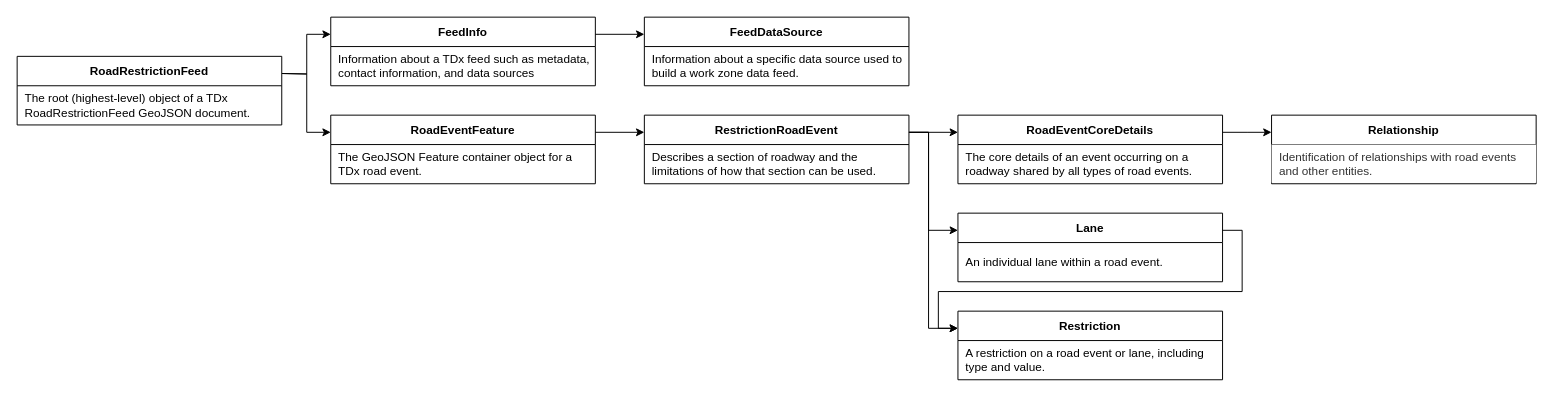
Before: images/TDx_RoadRestrictionFeed_object_diagram.drawio in usdot-jpo-ode/TDx, a draw.io diagram. Source tidied: cells renumbered, new cells numbered last; positions are measured from the earlier drawing's top-left corner, leaving out a move shared by most shapes. Both pictures are drawn from the tidied source at 98%, with x=0, y=0 at pixel (17, 17).
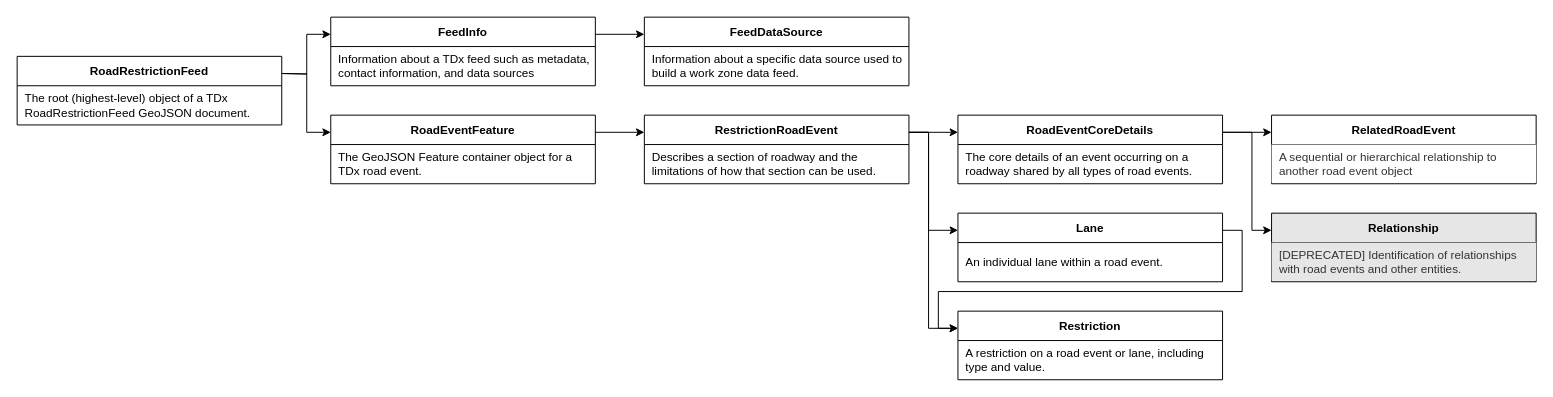
The same diagram, later.

Commit message (it also covers changes not shown here):
Update feed diagrams

Unchanged cells that the change refers to:
```xml
<mxCell id="16" value="RoadEventCoreDetails" style="shape=table;startSize=30;childLayout=tableLayout;rowLines=0;fontStyle=1;align=center;" parent="1" vertex="1">
  <mxGeometry x="960" y="100" width="270" height="70" as="geometry" />
</mxCell>
<mxCell id="26" style="shape=partialRectangle;fillColor=none;top=0;left=0;right=0;bottom=0;" parent="25" vertex="1">
  <mxGeometry y="30" width="270" height="39" as="geometry" />
</mxCell>
```

What changed in the source:
```diff
@@
-    <mxCell id="25" value="Relationship" style="shape=table;startSize=30;childLayout=tableLayout;rowLines=0;fontStyle=1;align=center;fillColor=#FFFFFF;" parent="1" vertex="1">
+    <mxCell id="25" value="RelatedRoadEvent" style="shape=table;startSize=30;childLayout=tableLayout;rowLines=0;fontStyle=1;align=center;fillColor=#FFFFFF;" parent="1" vertex="1">
       <mxGeometry x="1280" y="100" width="270" height="70" as="geometry" />
     </mxCell>
@@
-    <mxCell id="27" value="Identification of relationships with road events and other entities." style="shape=partialRectangle;overflow=hidden;top=0;left=0;bottom=0;right=0;align=left;spacingLeft=6;fontStyle=0;strokeColor=#666666;fillColor=#FFFFFF;whiteSpace=wrap;fontColor=#333333;" parent="26" vertex="1">
+    <mxCell id="27" value="A sequential or hierarchical relationship to another road event object" style="shape=partialRectangle;overflow=hidden;top=0;left=0;bottom=0;right=0;align=left;spacingLeft=6;fontStyle=0;strokeColor=#666666;fillColor=#FFFFFF;whiteSpace=wrap;fontColor=#333333;" parent="26" vertex="1">
       <mxGeometry width="270" height="39" as="geometry" />
     </mxCell>
@@
+    <mxCell id="39" value="Relationship" style="shape=table;startSize=30;childLayout=tableLayout;rowLines=0;fontStyle=1;align=center;fillColor=#E6E6E6;" parent="1" vertex="1">
+      <mxGeometry x="1280" y="200" width="270" height="70" as="geometry" />
+    </mxCell>
+    <mxCell id="40" style="shape=partialRectangle;fillColor=none;top=0;left=0;right=0;bottom=0;" parent="39" vertex="1">
+      <mxGeometry y="30" width="270" height="39" as="geometry" />
+    </mxCell>
+    <mxCell id="41" value="[DEPRECATED] Identification of relationships with road events and other entities." style="shape=partialRectangle;overflow=hidden;top=0;left=0;bottom=0;right=0;align=left;spacingLeft=6;fontStyle=0;strokeColor=#666666;fillColor=#E6E6E6;whiteSpace=wrap;fontColor=#333333;" parent="40" vertex="1">
+      <mxGeometry width="270" height="39" as="geometry" />
+    </mxCell>
+    <mxCell id="42" style="edgeStyle=orthogonalEdgeStyle;rounded=0;jettySize=auto;html=1;exitX=1;exitY=0.25;exitDx=0;exitDy=0;entryX=0;entryY=0.25;entryDx=0;entryDy=0;endWidth=6.234491315136476;" parent="1" edge="1" source="16" target="39">
+      <mxGeometry relative="1" as="geometry">
+        <Array as="points">
+          <mxPoint x="1260" y="118" />
+          <mxPoint x="1260" y="218" />
+        </Array>
+      </mxGeometry>
+    </mxCell>
```
